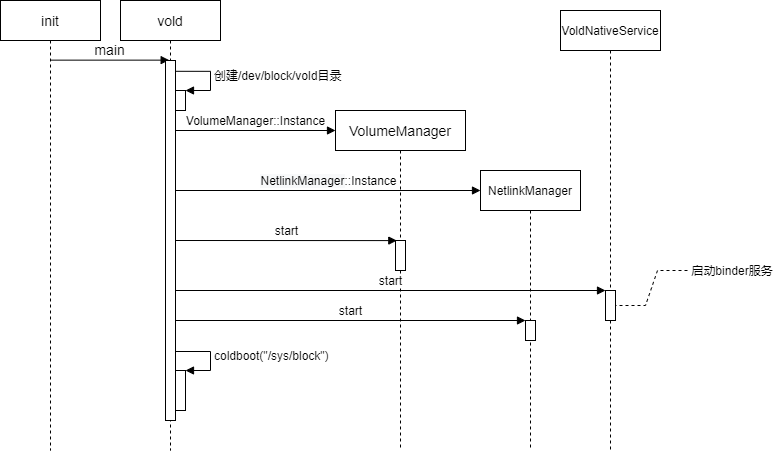
applematrix/android-doc keeps this draw.io diagram as images/storage/vold-vold进程启动.png. Above is the earlier version. Source tidied: cells renumbered, new cells last; positions are measured from the earlier drawing's top-left corner, leaving out a move shared by most shapes.
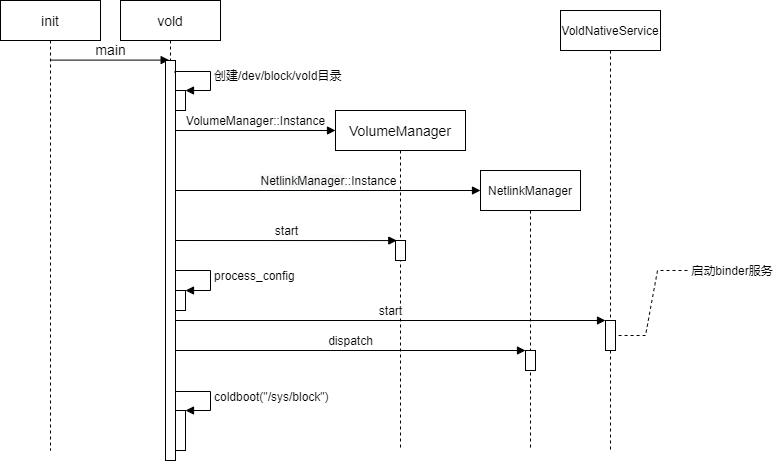
Later version of the same file.

Commit message:
增加解析volume的配置章节

Change to the diagram source:
```diff
@@ -12,7 +12,7 @@
       <mxGeometry relative="1" as="geometry" />
     </mxCell>
     <mxCell id="5" style="html=1;points=[];perimeter=orthogonalPerimeter;fontSize=14;" parent="1" vertex="1">
-      <mxGeometry x="165" y="60" width="10" height="360" as="geometry" />
+      <mxGeometry x="165" y="60" width="10" height="400" as="geometry" />
     </mxCell>
     <mxCell id="6" value="VolumeManager" style="shape=umlLifeline;perimeter=lifelinePerimeter;whiteSpace=wrap;html=1;fontSize=14;" parent="1" vertex="1">
       <mxGeometry x="335" y="110" width="130" height="340" as="geometry" />
@@ -36,18 +36,16 @@
       </mxGeometry>
     </mxCell>
     <mxCell id="11" style="html=1;points=[];perimeter=orthogonalPerimeter;fontSize=12;" parent="1" vertex="1">
-      <mxGeometry x="395" y="240" width="10" height="30" as="geometry" />
+      <mxGeometry x="395" y="240" width="10" height="20" as="geometry" />
     </mxCell>
     <mxCell id="12" value="VoldNativeService" style="shape=umlLifeline;perimeter=lifelinePerimeter;whiteSpace=wrap;html=1;fontSize=12;" parent="1" vertex="1">
       <mxGeometry x="560" y="10" width="100" height="440" as="geometry" />
     </mxCell>
-    <mxCell id="13" value="start" style="html=1;verticalAlign=bottom;endArrow=block;fontSize=12;" parent="1" edge="1" target="14">
-      <mxGeometry relative="1" as="geometry">
-        <mxPoint x="175" y="290" as="sourcePoint" />
-      </mxGeometry>
+    <mxCell id="13" value="start" style="html=1;verticalAlign=bottom;endArrow=block;fontSize=12;" parent="1" edge="1" source="5" target="14">
+      <mxGeometry relative="1" as="geometry" />
     </mxCell>
     <mxCell id="14" style="html=1;points=[];perimeter=orthogonalPerimeter;fontSize=12;" parent="1" vertex="1">
-      <mxGeometry x="605" y="290" width="10" height="30" as="geometry" />
+      <mxGeometry x="605" y="320" width="10" height="30" as="geometry" />
     </mxCell>
     <mxCell id="15" style="html=1;points=[];perimeter=orthogonalPerimeter;fontSize=12;" parent="1" vertex="1">
       <mxGeometry x="175" y="90" width="10" height="20" as="geometry" />
@@ -70,21 +68,33 @@
       <mxGeometry x="687" y="260" width="90" height="20" as="geometry" />
     </mxCell>
     <mxCell id="20" style="html=1;points=[];perimeter=orthogonalPerimeter;fontSize=12;" parent="1" vertex="1">
-      <mxGeometry x="175" y="370" width="10" height="40" as="geometry" />
+      <mxGeometry x="175" y="410" width="10" height="40" as="geometry" />
     </mxCell>
-    <mxCell id="21" value="coldboot(&quot;/sys/block&quot;)" style="edgeStyle=orthogonalEdgeStyle;html=1;align=left;spacingLeft=2;endArrow=block;rounded=0;entryX=1;entryY=0;fontSize=12;" parent="1" edge="1" source="5" target="20">
+    <mxCell id="21" value="coldboot(&quot;/sys/block&quot;)" style="edgeStyle=orthogonalEdgeStyle;html=1;align=left;spacingLeft=2;endArrow=block;rounded=0;entryX=1;entryY=0;fontSize=12;" parent="1" edge="1" target="20">
       <mxGeometry relative="1" as="geometry">
+        <mxPoint x="175" y="391" as="sourcePoint" />
         <Array as="points">
-          <mxPoint x="210" y="351" />
-          <mxPoint x="210" y="370" />
+          <mxPoint x="210" y="391" />
+          <mxPoint x="210" y="410" />
         </Array>
       </mxGeometry>
     </mxCell>
     <mxCell id="22" style="html=1;points=[];perimeter=orthogonalPerimeter;fontSize=12;" parent="1" vertex="1">
-      <mxGeometry x="525" y="320" width="10" height="20" as="geometry" />
+      <mxGeometry x="525" y="350" width="10" height="20" as="geometry" />
     </mxCell>
-    <mxCell id="23" value="start" style="html=1;verticalAlign=bottom;endArrow=block;fontSize=12;" parent="1" edge="1" source="5" target="22">
+    <mxCell id="23" value="dispatch" style="html=1;verticalAlign=bottom;endArrow=block;fontSize=12;" parent="1" edge="1" source="5" target="22">
       <mxGeometry relative="1" as="geometry" />
     </mxCell>
+    <mxCell id="24" style="html=1;points=[];perimeter=orthogonalPerimeter;fontSize=12;align=center;" parent="1" vertex="1">
+      <mxGeometry x="175" y="290" width="10" height="20" as="geometry" />
+    </mxCell>
+    <mxCell id="25" value="process_config" style="edgeStyle=orthogonalEdgeStyle;html=1;align=left;spacingLeft=2;endArrow=block;rounded=0;entryX=1;entryY=0;fontSize=12;" parent="1" edge="1" source="5" target="24">
+      <mxGeometry relative="1" as="geometry">
+        <Array as="points">
+          <mxPoint x="210" y="270" />
+          <mxPoint x="210" y="290" />
+        </Array>
+      </mxGeometry>
+    </mxCell>
   </root>
 </mxGraphModel>
```
